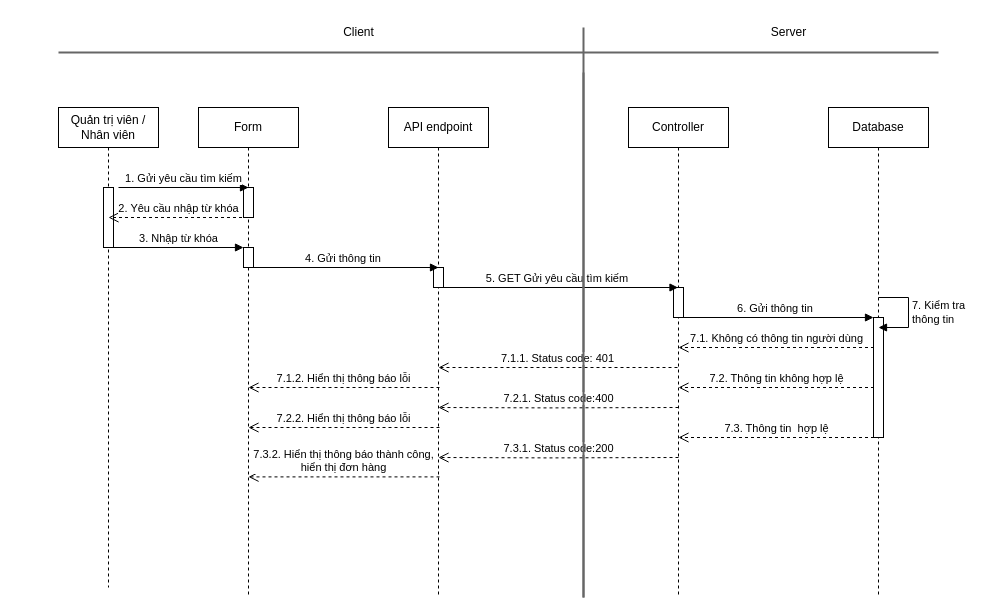
hieuNV0871/da keeps this draw.io diagram as page "Page-2" (2 of 4) of SD/SD_QUANLYDONHANG.drawio. Above is the earlier version. Source tidied: cells renumbered, new cells numbered last; positions are measured from the earlier drawing's top-left corner, leaving out a move shared by most shapes. Both pictures are drawn from the tidied source at 100%, with x=0, y=0 at pixel (58, 17).
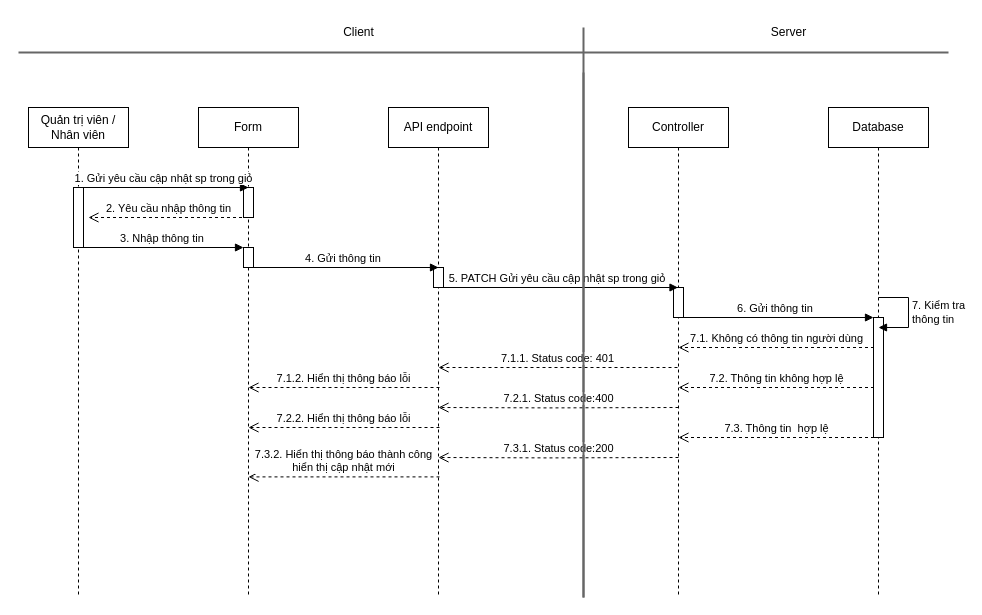
The same page after the edit.

The change refers to these unchanged cells:
```xml
<mxCell id="3" style="html=1;points=[[0,0,0,0,5],[0,1,0,0,-5],[1,0,0,0,5],[1,1,0,0,-5]];perimeter=orthogonalPerimeter;outlineConnect=0;targetShapes=umlLifeline;portConstraint=eastwest;newEdgeStyle={&quot;curved&quot;:0,&quot;rounded&quot;:0};" parent="2" vertex="1">
  <mxGeometry x="45" y="80" width="10" height="60" as="geometry" />
</mxCell>
<mxCell id="6" style="html=1;points=[[0,0,0,0,5],[0,1,0,0,-5],[1,0,0,0,5],[1,1,0,0,-5]];perimeter=orthogonalPerimeter;outlineConnect=0;targetShapes=umlLifeline;portConstraint=eastwest;newEdgeStyle={&quot;curved&quot;:0,&quot;rounded&quot;:0};" parent="4" vertex="1">
  <mxGeometry x="45" y="140" width="10" height="20" as="geometry" />
</mxCell>
<mxCell id="7" value="Controller" style="shape=umlLifeline;perimeter=lifelinePerimeter;whiteSpace=wrap;html=1;outlineConnect=0;portConstraint=eastwest;newEdgeStyle={&quot;curved&quot;:0,&quot;rounded&quot;:0};" parent="1" vertex="1">
  <mxGeometry x="570" y="90" width="100" height="490" as="geometry" />
</mxCell>
```

Change to the diagram source:
```diff
@@
     <mxCell id="2" value="Quản trị viên / Nhân viên" style="shape=umlLifeline;perimeter=lifelinePerimeter;whiteSpace=wrap;html=1;newEdgeStyle={&quot;curved&quot;:0,&quot;rounded&quot;:0};" parent="1" vertex="1">
-      <mxGeometry y="90" width="100" height="480" as="geometry" />
+      <mxGeometry x="-30" y="90" width="100" height="490" as="geometry" />
     </mxCell>
@@
-    <mxCell id="9" value="2. Yêu cầu nhập từ khóa" style="html=1;verticalAlign=bottom;endArrow=open;dashed=1;endSize=8;curved=0;rounded=0;" parent="1" edge="1">
-      <mxGeometry relative="1" as="geometry">
-        <mxPoint x="189.5" y="200" as="sourcePoint" />
-        <mxPoint x="50" y="200" as="targetPoint" />
-        <Array as="points">
-          <mxPoint x="90" y="200" />
-        </Array>
-      </mxGeometry>
-    </mxCell>
+    <mxCell id="34" value="2. Yêu cầu nhập thông tin" style="html=1;verticalAlign=bottom;endArrow=open;dashed=1;endSize=8;curved=0;rounded=0;" parent="1" edge="1">
+      <mxGeometry relative="1" as="geometry">
+        <mxPoint x="189.5" y="200" as="sourcePoint" />
+        <mxPoint x="30" y="200" as="targetPoint" />
+        <Array as="points">
+          <mxPoint x="90" y="200" />
+        </Array>
+      </mxGeometry>
+    </mxCell>
-    <mxCell id="10" value="3. Nhập từ khóa" style="html=1;verticalAlign=bottom;endArrow=block;curved=0;rounded=0;" parent="1" edge="1" source="3" target="6">
+    <mxCell id="10" value="3. Nhập thông tin&amp;nbsp;" style="html=1;verticalAlign=bottom;endArrow=block;curved=0;rounded=0;" parent="1" edge="1" source="3" target="6">
       <mxGeometry relative="1" as="geometry" />
     </mxCell>
-    <mxCell id="11" value="1. Gửi yêu cầu tìm kiếm" style="html=1;verticalAlign=bottom;endArrow=block;curved=0;rounded=0;" parent="1" edge="1">
-      <mxGeometry relative="1" as="geometry">
-        <mxPoint x="60" y="170" as="sourcePoint" />
-        <mxPoint x="190" y="170" as="targetPoint" />
-      </mxGeometry>
-    </mxCell>
-    <mxCell id="12" value="5. GET Gửi yêu cầu tìm kiếm&amp;nbsp;" style="html=1;verticalAlign=bottom;endArrow=block;curved=0;rounded=0;" parent="1" edge="1" target="7">
-      <mxGeometry relative="1" as="geometry">
-        <mxPoint x="380" y="270" as="sourcePoint" />
-      </mxGeometry>
-    </mxCell>
+    <mxCell id="35" value="1. Gửi yêu cầu cập nhật sp trong giỏ" style="html=1;verticalAlign=bottom;endArrow=block;curved=0;rounded=0;" parent="1" edge="1">
+      <mxGeometry relative="1" as="geometry">
+        <mxPoint x="20" y="170" as="sourcePoint" />
+        <mxPoint x="190" y="170" as="targetPoint" />
+      </mxGeometry>
+    </mxCell>
+    <mxCell id="36" value="5. PATCH Gửi yêu cầu cập nhật sp trong giỏ&amp;nbsp;" style="html=1;verticalAlign=bottom;endArrow=block;curved=0;rounded=0;" parent="1" edge="1" target="7">
+      <mxGeometry relative="1" as="geometry">
+        <mxPoint x="380" y="270" as="sourcePoint" />
+      </mxGeometry>
+    </mxCell>
@@
-    <mxCell id="15" style="line;strokeWidth=2;html=1;fillColor=#f5f5f5;fontColor=#333333;strokeColor=#666666;" parent="1" vertex="1">
-      <mxGeometry y="30" width="880" height="10" as="geometry" />
-    </mxCell>
+    <mxCell id="37" style="line;strokeWidth=2;html=1;fillColor=#f5f5f5;fontColor=#333333;strokeColor=#666666;" parent="1" vertex="1">
+      <mxGeometry x="-40" y="30" width="930" height="10" as="geometry" />
+    </mxCell>
@@
-    <mxCell id="33" value="7.3.2. Hiển thị thông báo thành công,&lt;br&gt;hiển thị đơn hàng" style="html=1;verticalAlign=bottom;endArrow=open;dashed=1;endSize=8;curved=0;rounded=0;" parent="1" edge="1">
-      <mxGeometry relative="1" as="geometry">
-        <mxPoint x="381" y="459.4" as="sourcePoint" />
-        <mxPoint x="190" y="459.4" as="targetPoint" />
-      </mxGeometry>
-    </mxCell>
+    <mxCell id="38" value="7.3.2. Hiển thị thông báo thành công&lt;br&gt;hiển thị cập nhật mới" style="html=1;verticalAlign=bottom;endArrow=open;dashed=1;endSize=8;curved=0;rounded=0;" parent="1" edge="1">
+      <mxGeometry relative="1" as="geometry">
+        <mxPoint x="381" y="459.4" as="sourcePoint" />
+        <mxPoint x="190" y="459.4" as="targetPoint" />
+      </mxGeometry>
+    </mxCell>
```
